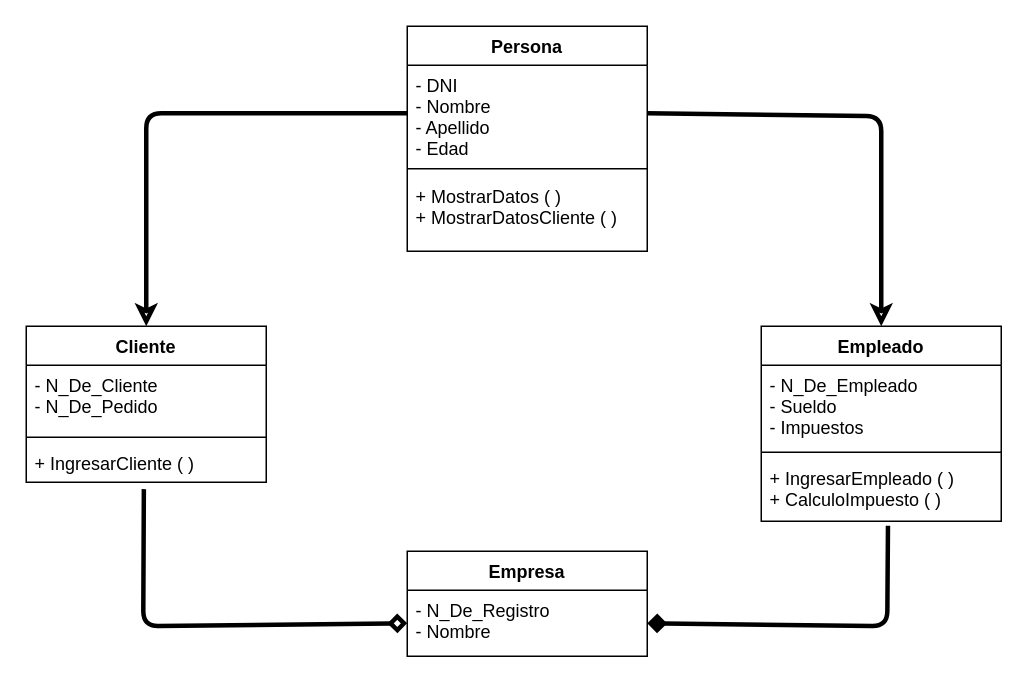
Before: Ejercicio 1.drawio in TorresX9-11/Desarrollo-y-dise-o-de-software, a draw.io diagram. Source tidied: cells renumbered, new cells numbered last; positions are measured from the earlier drawing's top-left corner, leaving out a move shared by most shapes. Both pictures are drawn from the tidied source at 150%, with x=0, y=0 at pixel (26, 26).
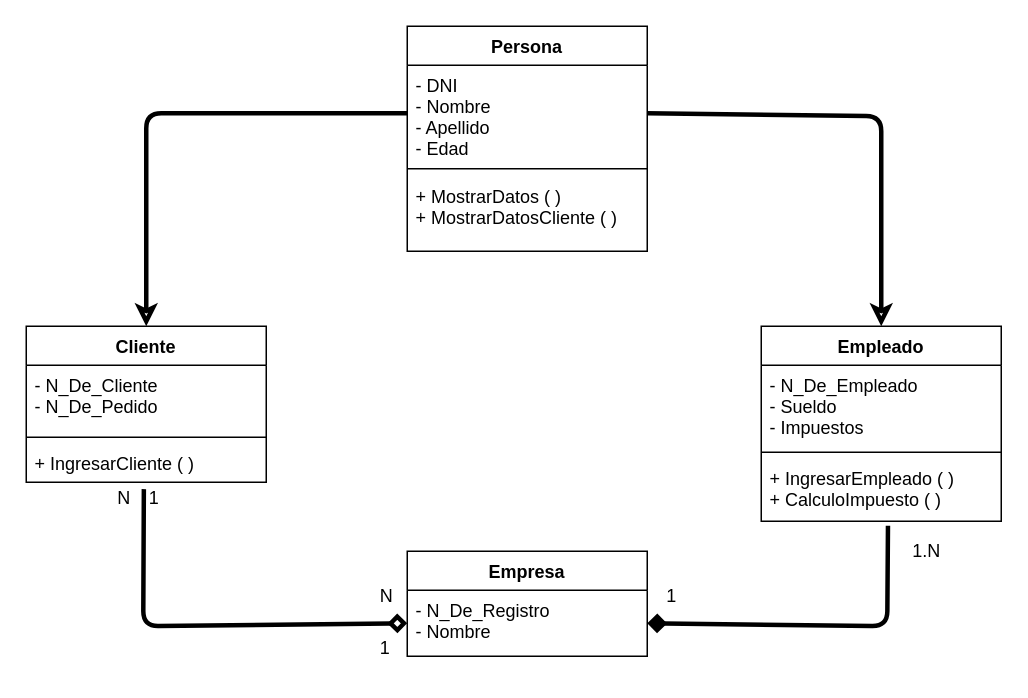
The same page after the edit.

The edit, as a diff of the source:
```diff
@@
+    <mxCell id="20" value="1.N" style="text;html=1;align=center;verticalAlign=middle;strokeColor=none;fillColor=none;" parent="1" vertex="1">
+      <mxGeometry x="580" y="335" width="40" height="30" as="geometry" />
+    </mxCell>
+    <mxCell id="21" value="1&lt;br&gt;" style="text;html=1;align=center;verticalAlign=middle;strokeColor=none;fillColor=none;" parent="1" vertex="1">
+      <mxGeometry x="415" y="365" width="30" height="30" as="geometry" />
+    </mxCell>
+    <mxCell id="22" value="N" style="text;html=1;align=center;verticalAlign=middle;strokeColor=none;fillColor=none;" parent="1" vertex="1">
+      <mxGeometry x="225" y="365" width="30" height="30" as="geometry" />
+    </mxCell>
+    <mxCell id="23" value="1" style="text;html=1;align=center;verticalAlign=middle;strokeColor=none;fillColor=none;" parent="1" vertex="1">
+      <mxGeometry x="224" y="400" width="30" height="30" as="geometry" />
+    </mxCell>
+    <mxCell id="24" value="N" style="text;html=1;align=center;verticalAlign=middle;strokeColor=none;fillColor=none;" parent="1" vertex="1">
+      <mxGeometry x="50" y="300" width="30" height="30" as="geometry" />
+    </mxCell>
+    <mxCell id="25" value="1" style="text;html=1;align=center;verticalAlign=middle;strokeColor=none;fillColor=none;" parent="1" vertex="1">
+      <mxGeometry x="70" y="300" width="30" height="30" as="geometry" />
+    </mxCell>
```
